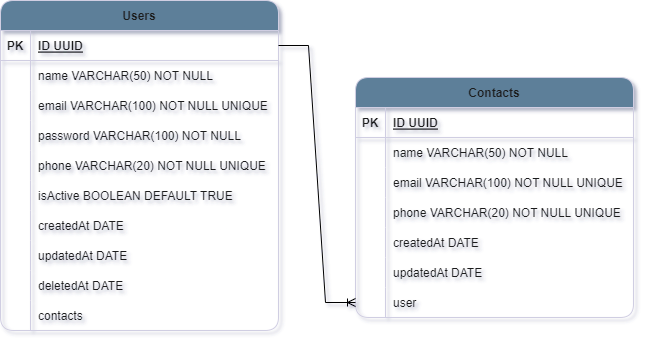
The draw.io diagram Contact-Book-diagram.png in henriquejesus128/Contact-Book-API, before a commit. Source tidied: cells renumbered, new cells last; positions are measured from the earlier drawing's top-left corner, leaving out a move shared by most shapes.
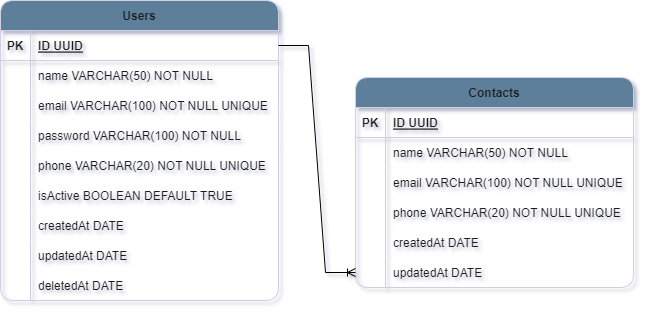
The same diagram one commit later.

Diff of the diagram source:
```diff
@@ -3,7 +3,7 @@
     <mxCell id="0" />
     <mxCell id="1" parent="0" />
     <mxCell id="2" value="Users" style="shape=table;startSize=30;rowLines=0;fontStyle=1;align=center;labelBackgroundColor=none;fillColor=#5D7F99;strokeColor=#D0CEE2;fontColor=#1A1A1A;rounded=1;" parent="1" vertex="1">
-      <mxGeometry width="278" height="330" as="geometry" />
+      <mxGeometry width="278" height="300" as="geometry" />
     </mxCell>
     <mxCell id="3" style="shape=partialRectangle;fillColor=none;points=[[0,0.5],[1,0.5]];portConstraint=eastwest;top=0;left=0;right=0;bottom=1;labelBackgroundColor=none;strokeColor=#D0CEE2;fontColor=#1A1A1A;rounded=1;" parent="2" vertex="1">
       <mxGeometry y="30" width="278" height="30" as="geometry" />
@@ -86,17 +86,8 @@
     <mxCell id="29" value="deletedAt DATE" style="shape=partialRectangle;overflow=hidden;fillColor=none;top=0;left=0;bottom=0;right=0;align=left;spacingLeft=6;labelBackgroundColor=none;strokeColor=#D0CEE2;fontColor=#1A1A1A;rounded=1;" parent="27" vertex="1">
       <mxGeometry x="30" width="248" height="30" as="geometry" />
     </mxCell>
-    <mxCell id="30" style="shape=partialRectangle;fillColor=none;top=0;left=0;right=0;bottom=0;labelBackgroundColor=none;strokeColor=#D0CEE2;fontColor=#1A1A1A;rounded=1;" parent="2" vertex="1">
-      <mxGeometry y="300" width="278" height="30" as="geometry" />
-    </mxCell>
-    <mxCell id="31" style="shape=partialRectangle;overflow=hidden;fillColor=none;top=0;left=0;bottom=0;right=0;labelBackgroundColor=none;strokeColor=#D0CEE2;fontColor=#1A1A1A;rounded=1;" parent="30" vertex="1">
-      <mxGeometry width="30" height="30" as="geometry" />
-    </mxCell>
-    <mxCell id="32" value="contacts" style="shape=partialRectangle;overflow=hidden;fillColor=none;top=0;left=0;bottom=0;right=0;align=left;spacingLeft=6;labelBackgroundColor=none;strokeColor=#D0CEE2;fontColor=#1A1A1A;rounded=1;" parent="30" vertex="1">
-      <mxGeometry x="30" width="248" height="30" as="geometry" />
-    </mxCell>
     <mxCell id="33" value="Contacts" style="shape=table;startSize=30;rowLines=0;fontStyle=1;align=center;labelBackgroundColor=none;fillColor=#5D7F99;strokeColor=#D0CEE2;fontColor=#1A1A1A;rounded=1;" parent="1" vertex="1">
-      <mxGeometry x="355" y="77" width="278" height="240" as="geometry" />
+      <mxGeometry x="355" y="77" width="278" height="210" as="geometry" />
     </mxCell>
     <mxCell id="34" style="shape=partialRectangle;fillColor=none;top=0;left=0;right=0;bottom=1;labelBackgroundColor=none;strokeColor=#D0CEE2;fontColor=#1A1A1A;rounded=1;" parent="33" vertex="1">
       <mxGeometry y="30" width="278" height="30" as="geometry" />
@@ -152,17 +143,11 @@
     <mxCell id="51" value="updatedAt DATE" style="shape=partialRectangle;overflow=hidden;fillColor=none;top=0;left=0;bottom=0;right=0;align=left;spacingLeft=6;labelBackgroundColor=none;strokeColor=#D0CEE2;fontColor=#1A1A1A;rounded=1;" parent="49" vertex="1">
       <mxGeometry x="30" width="248" height="30" as="geometry" />
     </mxCell>
-    <mxCell id="52" style="shape=partialRectangle;fillColor=none;points=[[0,0.5],[1,0.5]];portConstraint=eastwest;top=0;left=0;right=0;bottom=0;labelBackgroundColor=none;strokeColor=#D0CEE2;fontColor=#1A1A1A;rounded=1;" parent="33" vertex="1">
-      <mxGeometry y="210" width="278" height="30" as="geometry" />
-    </mxCell>
-    <mxCell id="53" style="shape=partialRectangle;overflow=hidden;fillColor=none;top=0;left=0;bottom=0;right=0;labelBackgroundColor=none;strokeColor=#D0CEE2;fontColor=#1A1A1A;rounded=1;" parent="52" vertex="1">
-      <mxGeometry width="30" height="30" as="geometry" />
-    </mxCell>
-    <mxCell id="54" value="user" style="shape=partialRectangle;overflow=hidden;fillColor=none;top=0;left=0;bottom=0;right=0;align=left;spacingLeft=6;labelBackgroundColor=none;strokeColor=#D0CEE2;fontColor=#1A1A1A;rounded=1;" parent="52" vertex="1">
-      <mxGeometry x="30" width="248" height="30" as="geometry" />
-    </mxCell>
-    <mxCell id="55" style="edgeStyle=entityRelationEdgeStyle;fontSize=12;html=1;endArrow=ERoneToMany;rounded=0;exitX=1;exitY=0.5;exitDx=0;exitDy=0;entryX=0;entryY=0.5;entryDx=0;entryDy=0;" parent="1" edge="1" source="3" target="52">
+    <mxCell id="55" style="edgeStyle=entityRelationEdgeStyle;fontSize=12;html=1;endArrow=ERoneToMany;rounded=0;exitX=1;exitY=0.5;exitDx=0;exitDy=0;entryX=0;entryY=0.5;entryDx=0;entryDy=0;" parent="1" edge="1" source="3" target="x">
       <mxGeometry relative="1" as="geometry" />
     </mxCell>
+    <mxCell id="56" style="edgeStyle=entityRelationEdgeStyle;fontSize=12;html=1;endArrow=ERoneToMany;rounded=0;exitX=1;exitY=0.5;exitDx=0;exitDy=0;entryX=0;entryY=0.5;entryDx=0;entryDy=0;" parent="1" edge="1" source="3" target="49">
+      <mxGeometry relative="1" as="geometry" />
+    </mxCell>
   </root>
 </mxGraphModel>
```
